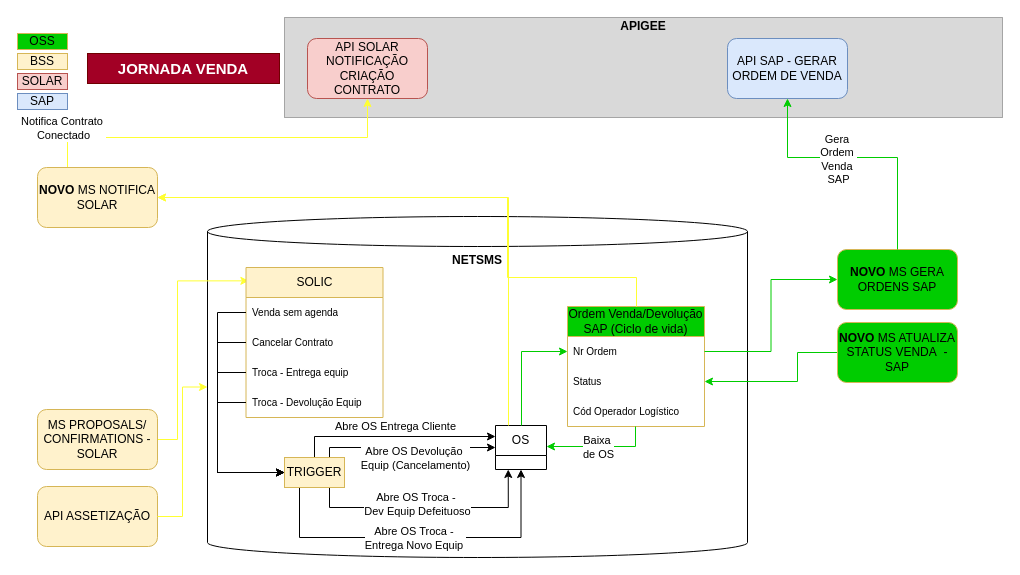
The draw.io diagram page "NETsales 8a base v13.01" (13 of 17) of 103976_106614-Entrega de equipamento via meio alternativo-Correios.drawio in samirali/ClaroBrasil, before the edit. Source tidied: cells renumbered, new cells numbered last; positions are measured from the earlier drawing's top-left corner, leaving out a move shared by most shapes. Both pictures are drawn from the tidied source at 100%, with x=0, y=0 at pixel (17, 17).
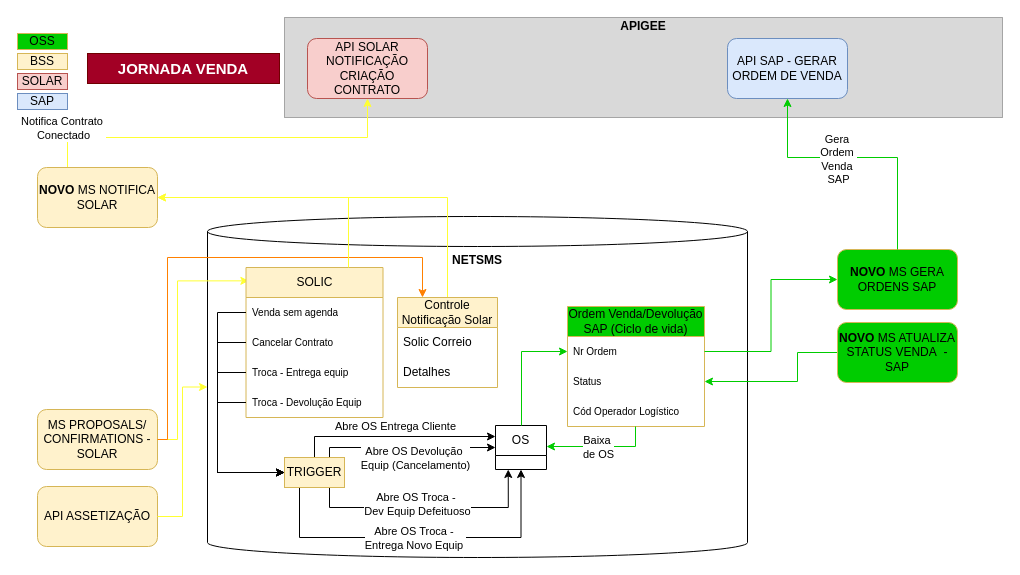
The same diagram, later.

The edit, as a diff of the source:
```diff
@@
-    <mxCell id="39" style="edgeStyle=orthogonalEdgeStyle;rounded=0;hachureGap=4;orthogonalLoop=1;jettySize=auto;html=1;entryX=1;entryY=0.5;entryDx=0;entryDy=0;fontFamily=Architects Daughter;strokeColor=#FFFF33;exitX=0.25;exitY=0;exitDx=0;exitDy=0;" parent="1" edge="1">
-      <mxGeometry relative="1" as="geometry">
-        <mxPoint x="491" y="408" as="sourcePoint" />
-        <mxPoint x="140" y="180" as="targetPoint" />
-        <Array as="points">
-          <mxPoint x="491" y="180" />
-        </Array>
-      </mxGeometry>
-    </mxCell>
@@
-    <mxCell id="55" style="edgeStyle=orthogonalEdgeStyle;rounded=0;hachureGap=4;orthogonalLoop=1;jettySize=auto;html=1;entryX=1;entryY=0.5;entryDx=0;entryDy=0;fontFamily=Architects Daughter;strokeColor=#FFFF33;exitX=0.5;exitY=0;exitDx=0;exitDy=0;" parent="1" edge="1">
-      <mxGeometry relative="1" as="geometry">
-        <mxPoint x="619" y="289" as="sourcePoint" />
-        <mxPoint x="140" y="180" as="targetPoint" />
-        <Array as="points">
-          <mxPoint x="619" y="260" />
-          <mxPoint x="490" y="260" />
-          <mxPoint x="490" y="180" />
-        </Array>
-      </mxGeometry>
-    </mxCell>
@@
+    <mxCell id="57" style="edgeStyle=orthogonalEdgeStyle;rounded=0;hachureGap=4;jettySize=auto;html=1;entryX=0.25;entryY=0;entryDx=0;entryDy=0;fontFamily=Architects Daughter;strokeColor=#FF8000;" parent="1" edge="1" target="59">
+      <mxGeometry relative="1" as="geometry">
+        <mxPoint x="140" y="422" as="sourcePoint" />
+        <Array as="points">
+          <mxPoint x="150" y="422" />
+          <mxPoint x="150" y="240" />
+          <mxPoint x="405" y="240" />
+        </Array>
+      </mxGeometry>
+    </mxCell>
+    <mxCell id="58" style="edgeStyle=orthogonalEdgeStyle;rounded=0;hachureGap=4;jettySize=auto;html=1;entryX=1;entryY=0.5;entryDx=0;entryDy=0;fontFamily=Architects Daughter;strokeColor=#FFFF33;exitX=0.5;exitY=0;exitDx=0;exitDy=0;" parent="1" edge="1" source="59">
+      <mxGeometry relative="1" as="geometry">
+        <mxPoint x="140" y="180" as="targetPoint" />
+        <Array as="points">
+          <mxPoint x="430" y="180" />
+        </Array>
+      </mxGeometry>
+    </mxCell>
+    <mxCell id="59" value="Controle Notificação Solar" style="swimlane;fontStyle=0;horizontal=1;startSize=30;whiteSpace=wrap;html=1;hachureGap=4;fontFamily=Helvetica;fillColor=#fff2cc;strokeColor=#d6b656;" parent="1" vertex="1">
+      <mxGeometry x="380" y="280" width="100" height="90" as="geometry" />
+    </mxCell>
+    <mxCell id="60" value="Solic Correio" style="text;strokeColor=none;fillColor=none;align=left;verticalAlign=middle;spacingLeft=4;spacingRight=4;overflow=hidden;whiteSpace=wrap;html=1;fontFamily=Helvetica;" parent="59" vertex="1">
+      <mxGeometry y="30" width="100" height="30" as="geometry" />
+    </mxCell>
+    <mxCell id="61" value="Detalhes" style="text;strokeColor=none;fillColor=none;align=left;verticalAlign=middle;spacingLeft=4;spacingRight=4;overflow=hidden;whiteSpace=wrap;html=1;fontFamily=Helvetica;" parent="59" vertex="1">
+      <mxGeometry y="60" width="100" height="30" as="geometry" />
+    </mxCell>
+    <mxCell id="62" style="edgeStyle=orthogonalEdgeStyle;rounded=0;hachureGap=4;orthogonalLoop=1;jettySize=auto;html=1;entryX=1;entryY=0.5;entryDx=0;entryDy=0;fontFamily=Architects Daughter;strokeColor=#FFFF33;exitX=0.75;exitY=0;exitDx=0;exitDy=0;" parent="1" edge="1">
+      <mxGeometry relative="1" as="geometry">
+        <mxPoint x="331" y="250" as="sourcePoint" />
+        <mxPoint x="140" y="180" as="targetPoint" />
+        <Array as="points">
+          <mxPoint x="331" y="180" />
+        </Array>
+      </mxGeometry>
+    </mxCell>
```
